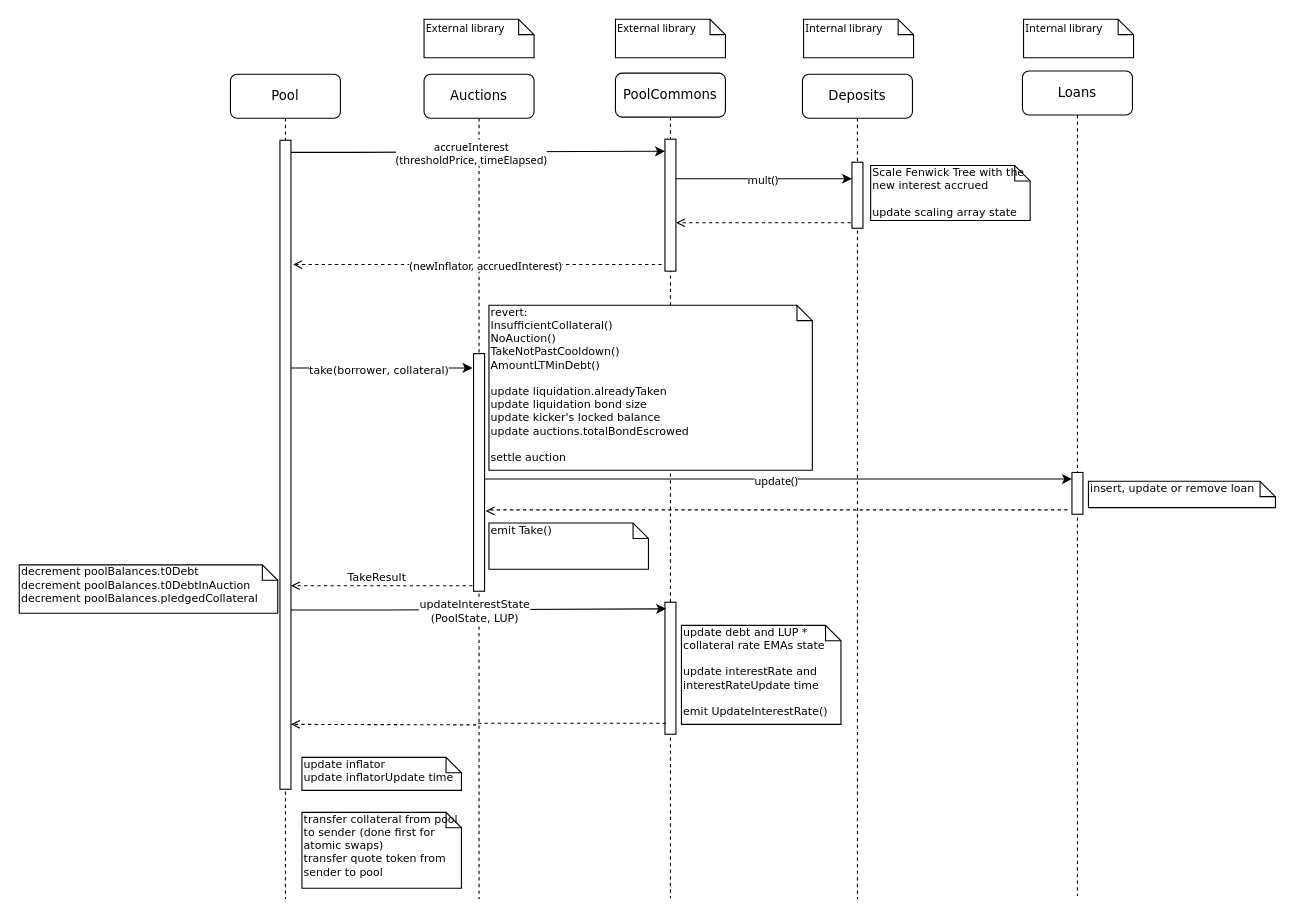
Before: docs/drawio/take.drawio in ajna-finance/ajna-core, a draw.io diagram. Source tidied: cells renumbered, new cells numbered last; positions are measured from the earlier drawing's top-left corner, leaving out a move shared by most shapes. Both pictures are drawn from the tidied source at 110%, with x=0, y=0 at pixel (19, 19).
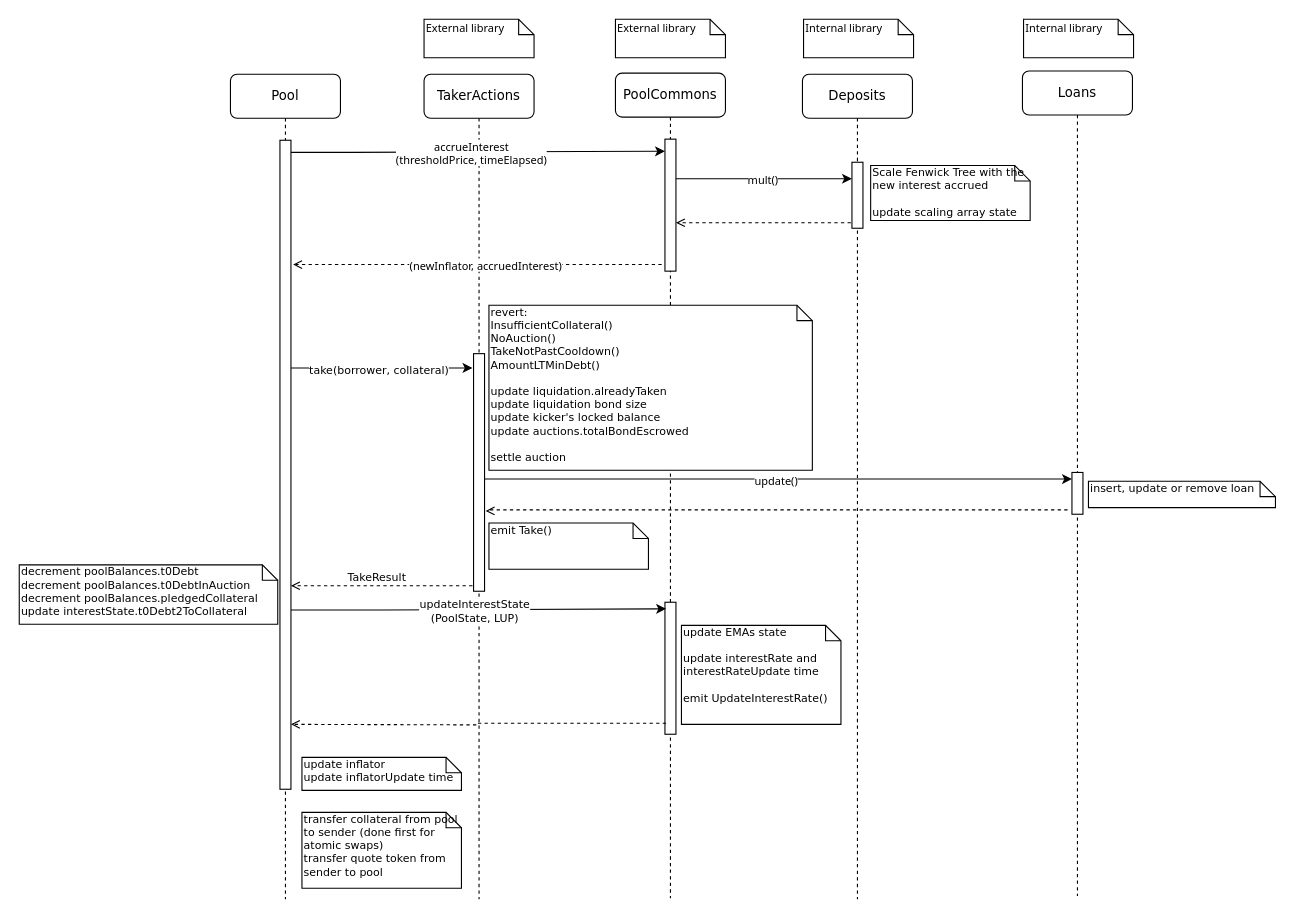
The same page after the edit.

The edit, as a diff of the source:
```diff
@@
-    <mxCell id="2" value="Auctions" style="shape=umlLifeline;perimeter=lifelinePerimeter;whiteSpace=wrap;html=1;rounded=1;shadow=0;comic=0;labelBackgroundColor=none;strokeWidth=1;fontFamily=Verdana;fontSize=12;align=center;" parent="1" vertex="1">
+    <mxCell id="2" value="TakerActions" style="shape=umlLifeline;perimeter=lifelinePerimeter;whiteSpace=wrap;html=1;rounded=1;shadow=0;comic=0;labelBackgroundColor=none;strokeWidth=1;fontFamily=Verdana;fontSize=12;align=center;" parent="1" vertex="1">
       <mxGeometry x="368" y="50" width="100" height="750" as="geometry" />
     </mxCell>
@@
-    <mxCell id="24" value="decrement poolBalances.t0Debt&lt;br&gt;decrement poolBalances.t0DebtInAuction&lt;br&gt;decrement poolBalances.pledgedCollateral" style="shape=note;whiteSpace=wrap;html=1;size=14;verticalAlign=top;align=left;spacingTop=-6;rounded=0;shadow=0;comic=0;labelBackgroundColor=none;strokeWidth=1;fontFamily=Verdana;fontSize=10;" parent="1" vertex="1">
-      <mxGeometry y="496" width="235" height="44" as="geometry" />
+    <mxCell id="24" value="decrement poolBalances.t0Debt&lt;br&gt;decrement poolBalances.t0DebtInAuction&lt;br&gt;&lt;div&gt;decrement poolBalances.pledgedCollateral&lt;/div&gt;&lt;div&gt;update interestState.t0Debt2ToCollateral&lt;br&gt;&lt;/div&gt;" style="shape=note;whiteSpace=wrap;html=1;size=14;verticalAlign=top;align=left;spacingTop=-6;rounded=0;shadow=0;comic=0;labelBackgroundColor=none;strokeWidth=1;fontFamily=Verdana;fontSize=10;" parent="1" vertex="1">
+      <mxGeometry y="496" width="235" height="54" as="geometry" />
     </mxCell>
@@
-    <mxCell id="29" value="&lt;div&gt;update debt and LUP * collateral rate EMAs state&lt;/div&gt;&lt;div&gt;&lt;br&gt;&lt;/div&gt;&lt;div&gt;update interestRate and interestRateUpdate time&lt;br&gt;&lt;/div&gt;&lt;div&gt;&lt;br&gt;&lt;/div&gt;&lt;div&gt;emit UpdateInterestRate()&lt;br&gt;&lt;/div&gt;" style="shape=note;whiteSpace=wrap;html=1;size=14;verticalAlign=top;align=left;spacingTop=-6;rounded=0;shadow=0;comic=0;labelBackgroundColor=none;strokeWidth=1;fontFamily=Verdana;fontSize=10;" parent="1" vertex="1">
+    <mxCell id="29" value="&lt;div&gt;update EMAs state&lt;/div&gt;&lt;div&gt;&lt;br&gt;&lt;/div&gt;&lt;div&gt;update interestRate and interestRateUpdate time&lt;br&gt;&lt;/div&gt;&lt;div&gt;&lt;br&gt;&lt;/div&gt;&lt;div&gt;emit UpdateInterestRate()&lt;br&gt;&lt;/div&gt;" style="shape=note;whiteSpace=wrap;html=1;size=14;verticalAlign=top;align=left;spacingTop=-6;rounded=0;shadow=0;comic=0;labelBackgroundColor=none;strokeWidth=1;fontFamily=Verdana;fontSize=10;" parent="1" vertex="1">
       <mxGeometry x="602" y="551" width="145" height="90" as="geometry" />
     </mxCell>
```
